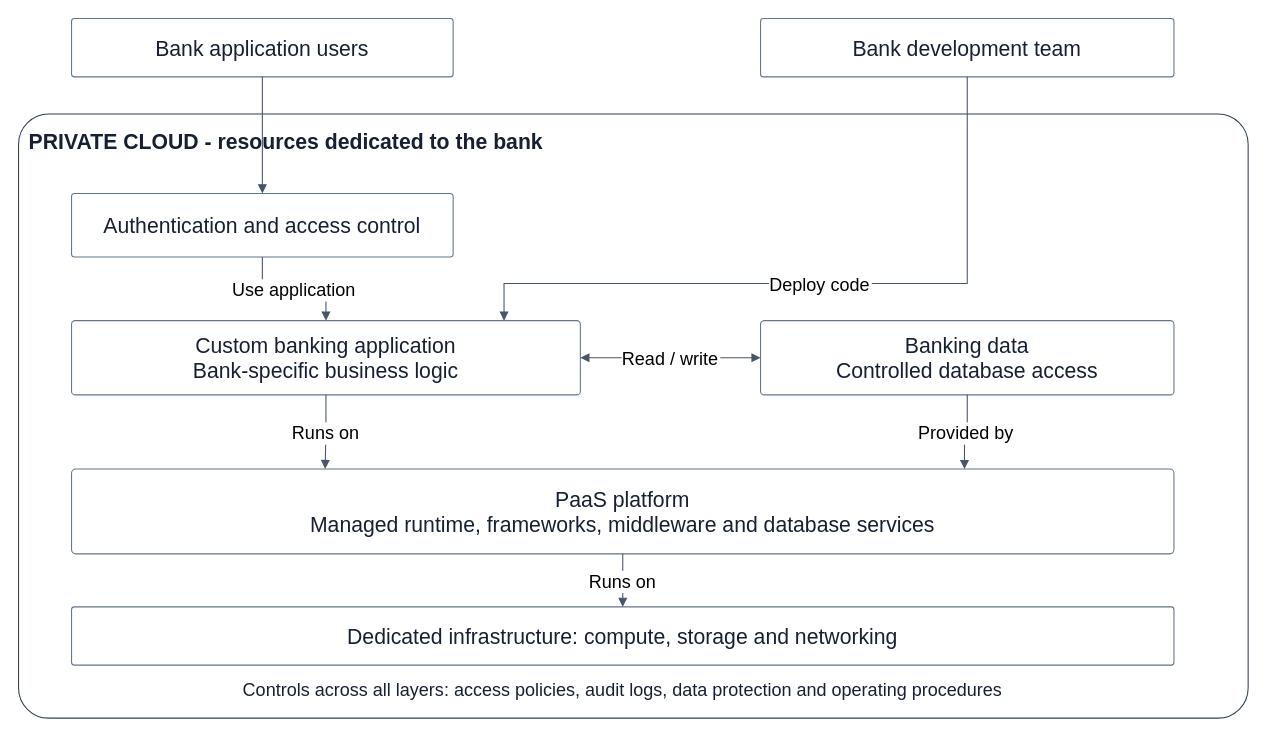
The draw.io diagram diagrams/Part1b-architecture.drawio in horiiiiii032929/cs5224-lab2-twitter-analytics, before the edit. Source tidied: cells renumbered, new cells numbered last; positions are measured from the earlier drawing's top-left corner, leaving out a move shared by most shapes. Both pictures are drawn from the tidied source at 106%, with x=0, y=0 at pixel (18, 18).
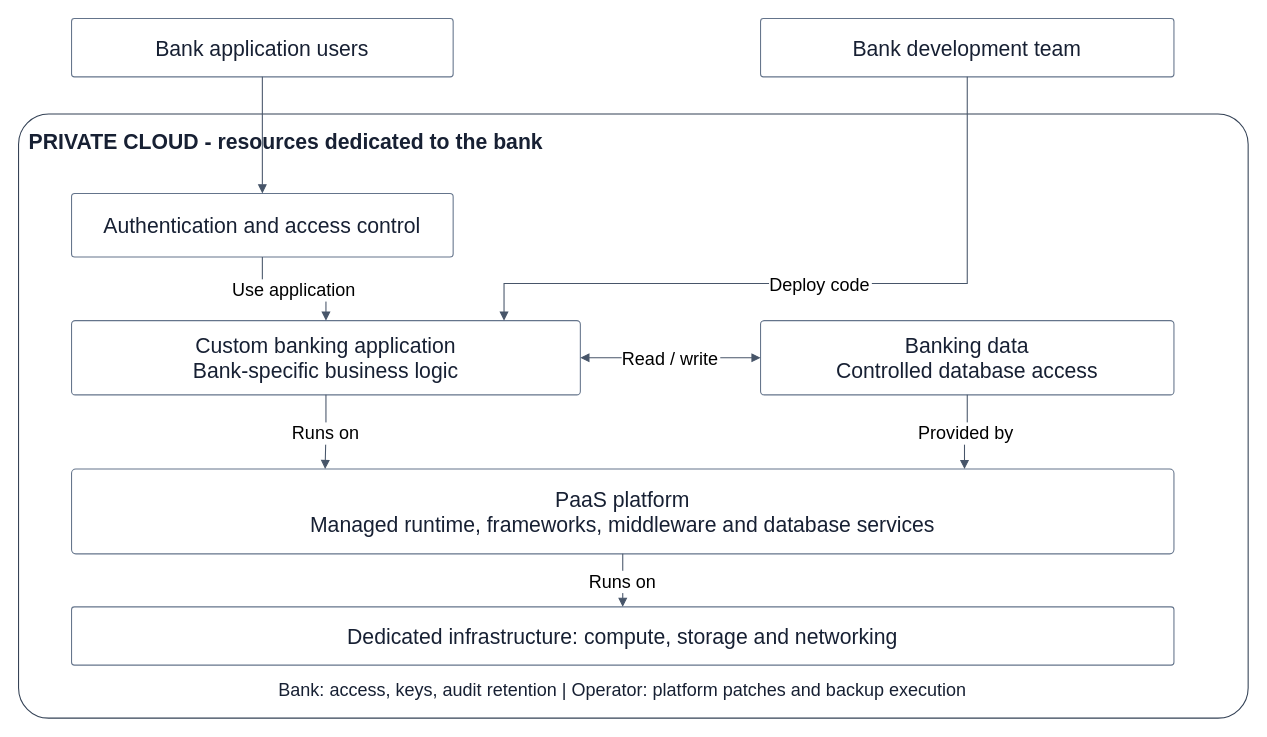
The same page after the edit.

Diff of the diagram source:
```diff
@@
 <mxGraphModel>
   <root>
     <mxCell id="0" />
     <mxCell id="1" parent="0" />
     <mxCell id="2" value="PRIVATE CLOUD - resources dedicated to the bank" style="rounded=1;arcSize=5;whiteSpace=wrap;html=0;fillColor=#ffffff;strokeColor=#334155;fontColor=#172033;fontFamily=Arial;fontSize=20;spacing=10;verticalAlign=top;align=left;fontStyle=1;" parent="1" vertex="1">
       <mxGeometry y="90" width="1160" height="570" as="geometry" />
     </mxCell>
     <mxCell id="3" value="Bank application users" style="rounded=1;arcSize=5;whiteSpace=wrap;html=0;fillColor=#ffffff;strokeColor=#64748b;fontColor=#172033;fontFamily=Arial;fontSize=20;spacing=10;" parent="1" vertex="1">
       <mxGeometry x="50" width="360" height="55" as="geometry" />
     </mxCell>
     <mxCell id="4" value="Bank development team" style="rounded=1;arcSize=5;whiteSpace=wrap;html=0;fillColor=#ffffff;strokeColor=#64748b;fontColor=#172033;fontFamily=Arial;fontSize=20;spacing=10;" parent="1" vertex="1">
       <mxGeometry x="700" width="390" height="55" as="geometry" />
     </mxCell>
     <mxCell id="5" value="Authentication and access control" style="rounded=1;arcSize=5;whiteSpace=wrap;html=0;fillColor=#ffffff;strokeColor=#64748b;fontColor=#172033;fontFamily=Arial;fontSize=20;spacing=10;" parent="1" vertex="1">
       <mxGeometry x="50" y="165" width="360" height="60" as="geometry" />
     </mxCell>
     <mxCell id="6" value="Custom banking application&#10;Bank-specific business logic" style="rounded=1;arcSize=5;whiteSpace=wrap;html=0;fillColor=#ffffff;strokeColor=#64748b;fontColor=#172033;fontFamily=Arial;fontSize=20;spacing=10;" parent="1" vertex="1">
       <mxGeometry x="50" y="285" width="480" height="70" as="geometry" />
     </mxCell>
     <mxCell id="7" value="Banking data&#10;Controlled database access" style="rounded=1;arcSize=5;whiteSpace=wrap;html=0;fillColor=#ffffff;strokeColor=#64748b;fontColor=#172033;fontFamily=Arial;fontSize=20;spacing=10;" parent="1" vertex="1">
       <mxGeometry x="700" y="285" width="390" height="70" as="geometry" />
     </mxCell>
     <mxCell id="8" value="PaaS platform&#10;Managed runtime, frameworks, middleware and database services" style="rounded=1;arcSize=5;whiteSpace=wrap;html=0;fillColor=#ffffff;strokeColor=#64748b;fontColor=#172033;fontFamily=Arial;fontSize=20;spacing=10;" parent="1" vertex="1">
       <mxGeometry x="50" y="425" width="1040" height="80" as="geometry" />
     </mxCell>
     <mxCell id="9" value="Dedicated infrastructure: compute, storage and networking" style="rounded=1;arcSize=5;whiteSpace=wrap;html=0;fillColor=#ffffff;strokeColor=#64748b;fontColor=#172033;fontFamily=Arial;fontSize=20;spacing=10;" parent="1" vertex="1">
       <mxGeometry x="50" y="555" width="1040" height="55" as="geometry" />
     </mxCell>
-    <mxCell id="10" value="Controls across all layers: access policies, audit logs, data protection and operating procedures" style="rounded=1;arcSize=5;whiteSpace=wrap;html=0;fillColor=#ffffff;strokeColor=#ffffff;fontColor=#172033;fontFamily=Arial;fontSize=20;spacing=10;fontSize=17;spacing=0;" parent="1" vertex="1">
+    <mxCell id="10" value="Bank: access, keys, audit retention | Operator: platform patches and backup execution" style="rounded=1;arcSize=5;whiteSpace=wrap;html=0;fillColor=#ffffff;strokeColor=#ffffff;fontColor=#172033;fontFamily=Arial;fontSize=20;spacing=10;fontSize=17;spacing=0;" parent="1" vertex="1">
       <mxGeometry x="50" y="620" width="1040" height="30" as="geometry" />
     </mxCell>
     <mxCell id="11" style="edgeStyle=orthogonalEdgeStyle;rounded=0;html=0;endArrow=block;endFill=1;fontSize=17;fontFamily=Arial;labelBackgroundColor=#ffffff;strokeColor=#475569;" parent="1" edge="1" source="3" target="5">
       <mxGeometry relative="1" as="geometry" />
     </mxCell>
     <mxCell id="12" value="Use application" style="edgeStyle=orthogonalEdgeStyle;rounded=0;html=0;endArrow=block;endFill=1;fontSize=17;fontFamily=Arial;labelBackgroundColor=#ffffff;strokeColor=#475569;" parent="1" edge="1" source="5" target="6">
       <mxGeometry relative="1" as="geometry" />
     </mxCell>
     <mxCell id="13" value="Deploy code" style="edgeStyle=orthogonalEdgeStyle;rounded=0;html=0;endArrow=block;endFill=1;fontSize=17;fontFamily=Arial;labelBackgroundColor=#ffffff;strokeColor=#475569;exitX=0.5;exitY=1;entryX=0.85;entryY=0;" parent="1" edge="1" source="4" target="6">
       <mxGeometry relative="1" as="geometry">
         <Array as="points">
           <mxPoint x="895" y="250" />
           <mxPoint x="458" y="250" />
         </Array>
       </mxGeometry>
     </mxCell>
     <mxCell id="14" value="Read / write" style="edgeStyle=orthogonalEdgeStyle;rounded=0;html=0;endArrow=block;endFill=1;fontSize=17;fontFamily=Arial;labelBackgroundColor=#ffffff;strokeColor=#475569;startArrow=block;startFill=1;" parent="1" edge="1" source="6" target="7">
       <mxGeometry relative="1" as="geometry" />
     </mxCell>
     <mxCell id="15" value="Runs on" style="edgeStyle=orthogonalEdgeStyle;rounded=0;html=0;endArrow=block;endFill=1;fontSize=17;fontFamily=Arial;labelBackgroundColor=#ffffff;strokeColor=#475569;exitX=0.5;exitY=1;entryX=0.23;entryY=0;" parent="1" edge="1" source="6" target="8">
       <mxGeometry relative="1" as="geometry" />
     </mxCell>
     <mxCell id="16" value="Provided by" style="edgeStyle=orthogonalEdgeStyle;rounded=0;html=0;endArrow=block;endFill=1;fontSize=17;fontFamily=Arial;labelBackgroundColor=#ffffff;strokeColor=#475569;exitX=0.5;exitY=1;entryX=0.81;entryY=0;" parent="1" edge="1" source="7" target="8">
       <mxGeometry relative="1" as="geometry" />
     </mxCell>
     <mxCell id="17" value="Runs on" style="edgeStyle=orthogonalEdgeStyle;rounded=0;html=0;endArrow=block;endFill=1;fontSize=17;fontFamily=Arial;labelBackgroundColor=#ffffff;strokeColor=#475569;" parent="1" edge="1" source="8" target="9">
       <mxGeometry relative="1" as="geometry" />
     </mxCell>
   </root>
 </mxGraphModel>
```
